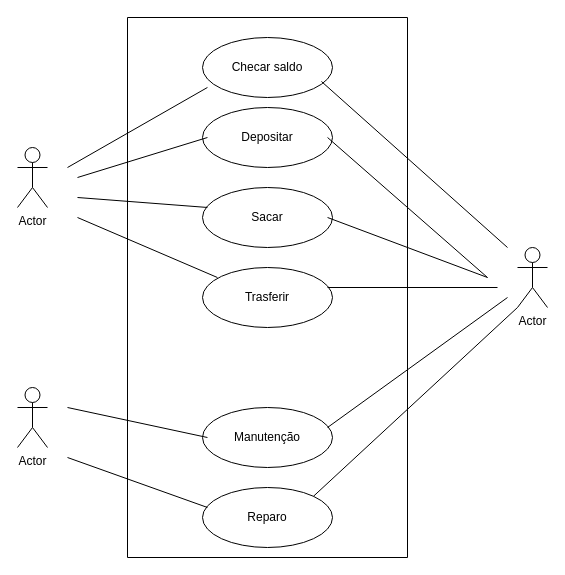
Earlier version of the draw.io diagram page "Página-2" (2 of 2) of Diagrama sem nome.drawio (Thyaguinho09/diagramaderequisitos). Source tidied: cells renumbered, new cells numbered last; positions are measured from the earlier drawing's top-left corner, leaving out a move shared by most shapes. Both pictures are drawn from the tidied source at 100%, with x=0, y=0 at pixel (17, 17).
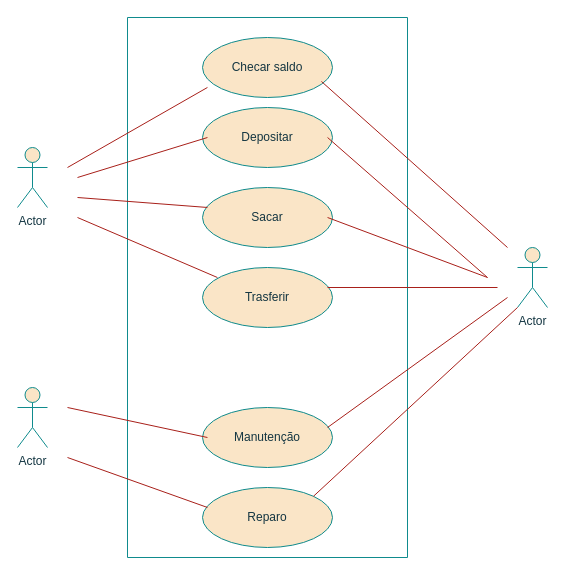
After the change.

Diff of the diagram source:
```diff
@@
-    <mxCell id="2" value="Actor" style="shape=umlActor;verticalLabelPosition=bottom;verticalAlign=top;html=1;" parent="1" vertex="1">
+    <mxCell id="2" value="Actor" style="shape=umlActor;verticalLabelPosition=bottom;verticalAlign=top;html=1;labelBackgroundColor=none;fillColor=#FAE5C7;strokeColor=#0F8B8D;fontColor=#143642;" parent="1" vertex="1">
       <mxGeometry y="370" width="30" height="60" as="geometry" />
     </mxCell>
-    <mxCell id="3" style="swimlane;startSize=0;" parent="1" vertex="1">
+    <mxCell id="3" style="swimlane;startSize=0;labelBackgroundColor=none;fillColor=#FAE5C7;strokeColor=#0F8B8D;fontColor=#143642;" parent="1" vertex="1">
       <mxGeometry x="110" width="280" height="540" as="geometry" />
     </mxCell>
-    <mxCell id="4" value="Checar saldo" style="ellipse;whiteSpace=wrap;html=1;" parent="3" vertex="1">
+    <mxCell id="4" value="Checar saldo" style="ellipse;whiteSpace=wrap;html=1;labelBackgroundColor=none;fillColor=#FAE5C7;strokeColor=#0F8B8D;fontColor=#143642;" parent="3" vertex="1">
       <mxGeometry x="75" y="20" width="130" height="60" as="geometry" />
     </mxCell>
-    <mxCell id="5" value="Depositar" style="ellipse;whiteSpace=wrap;html=1;" parent="3" vertex="1">
+    <mxCell id="5" value="Depositar" style="ellipse;whiteSpace=wrap;html=1;labelBackgroundColor=none;fillColor=#FAE5C7;strokeColor=#0F8B8D;fontColor=#143642;" parent="3" vertex="1">
       <mxGeometry x="75" y="90" width="130" height="60" as="geometry" />
     </mxCell>
-    <mxCell id="6" value="Sacar" style="ellipse;whiteSpace=wrap;html=1;" parent="3" vertex="1">
+    <mxCell id="6" value="Sacar" style="ellipse;whiteSpace=wrap;html=1;labelBackgroundColor=none;fillColor=#FAE5C7;strokeColor=#0F8B8D;fontColor=#143642;" parent="3" vertex="1">
       <mxGeometry x="75" y="170" width="130" height="60" as="geometry" />
     </mxCell>
-    <mxCell id="7" value="Trasferir" style="ellipse;whiteSpace=wrap;html=1;" parent="3" vertex="1">
+    <mxCell id="7" value="Trasferir" style="ellipse;whiteSpace=wrap;html=1;labelBackgroundColor=none;fillColor=#FAE5C7;strokeColor=#0F8B8D;fontColor=#143642;" parent="3" vertex="1">
       <mxGeometry x="75" y="250" width="130" height="60" as="geometry" />
     </mxCell>
-    <mxCell id="8" value="Manutenção" style="ellipse;whiteSpace=wrap;html=1;" parent="3" vertex="1">
+    <mxCell id="8" value="Manutenção" style="ellipse;whiteSpace=wrap;html=1;labelBackgroundColor=none;fillColor=#FAE5C7;strokeColor=#0F8B8D;fontColor=#143642;" parent="3" vertex="1">
       <mxGeometry x="75" y="390" width="130" height="60" as="geometry" />
     </mxCell>
-    <mxCell id="9" value="Reparo" style="ellipse;whiteSpace=wrap;html=1;" parent="3" vertex="1">
+    <mxCell id="9" value="Reparo" style="ellipse;whiteSpace=wrap;html=1;labelBackgroundColor=none;fillColor=#FAE5C7;strokeColor=#0F8B8D;fontColor=#143642;" parent="3" vertex="1">
       <mxGeometry x="75" y="470" width="130" height="60" as="geometry" />
     </mxCell>
-    <mxCell id="10" value="Actor" style="shape=umlActor;verticalLabelPosition=bottom;verticalAlign=top;html=1;" parent="1" vertex="1">
+    <mxCell id="10" value="Actor" style="shape=umlActor;verticalLabelPosition=bottom;verticalAlign=top;html=1;labelBackgroundColor=none;fillColor=#FAE5C7;strokeColor=#0F8B8D;fontColor=#143642;" parent="1" vertex="1">
       <mxGeometry x="500" y="230" width="30" height="60" as="geometry" />
     </mxCell>
-    <mxCell id="11" value="Actor" style="shape=umlActor;verticalLabelPosition=bottom;verticalAlign=top;html=1;" parent="1" vertex="1">
+    <mxCell id="11" value="Actor" style="shape=umlActor;verticalLabelPosition=bottom;verticalAlign=top;html=1;labelBackgroundColor=none;fillColor=#FAE5C7;strokeColor=#0F8B8D;fontColor=#143642;" parent="1" vertex="1">
       <mxGeometry y="130" width="30" height="60" as="geometry" />
     </mxCell>
-    <mxCell id="12" style="endArrow=none;html=1;rounded=0;entryX=0.038;entryY=0.833;entryDx=0;entryDy=0;entryPerimeter=0;" parent="1" edge="1" target="4">
+    <mxCell id="12" style="endArrow=none;html=1;rounded=0;entryX=0.038;entryY=0.833;entryDx=0;entryDy=0;entryPerimeter=0;labelBackgroundColor=none;strokeColor=#A8201A;fontColor=default;" parent="1" edge="1" target="4">
       <mxGeometry relative="1" as="geometry">
         <mxPoint x="50" y="150" as="sourcePoint" />
       </mxGeometry>
     </mxCell>
-    <mxCell id="13" style="endArrow=none;html=1;rounded=0;entryX=0.038;entryY=0.5;entryDx=0;entryDy=0;entryPerimeter=0;" parent="1" edge="1" target="5">
+    <mxCell id="13" style="endArrow=none;html=1;rounded=0;entryX=0.038;entryY=0.5;entryDx=0;entryDy=0;entryPerimeter=0;labelBackgroundColor=none;strokeColor=#A8201A;fontColor=default;" parent="1" edge="1" target="5">
       <mxGeometry relative="1" as="geometry">
         <mxPoint x="60" y="160" as="sourcePoint" />
       </mxGeometry>
     </mxCell>
-    <mxCell id="14" style="endArrow=none;html=1;rounded=0;entryX=0.038;entryY=0.333;entryDx=0;entryDy=0;entryPerimeter=0;" parent="1" edge="1" target="6">
+    <mxCell id="14" style="endArrow=none;html=1;rounded=0;entryX=0.038;entryY=0.333;entryDx=0;entryDy=0;entryPerimeter=0;labelBackgroundColor=none;strokeColor=#A8201A;fontColor=default;" parent="1" edge="1" target="6">
       <mxGeometry relative="1" as="geometry">
         <mxPoint x="60" y="180" as="sourcePoint" />
       </mxGeometry>
     </mxCell>
-    <mxCell id="15" style="endArrow=none;html=1;rounded=0;entryX=0.115;entryY=0.167;entryDx=0;entryDy=0;entryPerimeter=0;" parent="1" edge="1" target="7">
+    <mxCell id="15" style="endArrow=none;html=1;rounded=0;entryX=0.115;entryY=0.167;entryDx=0;entryDy=0;entryPerimeter=0;labelBackgroundColor=none;strokeColor=#A8201A;fontColor=default;" parent="1" edge="1" target="7">
       <mxGeometry relative="1" as="geometry">
         <mxPoint x="60" y="200" as="sourcePoint" />
       </mxGeometry>
     </mxCell>
-    <mxCell id="16" style="endArrow=none;html=1;rounded=0;exitX=0.915;exitY=0.733;exitDx=0;exitDy=0;exitPerimeter=0;" parent="1" edge="1" source="4">
+    <mxCell id="16" style="endArrow=none;html=1;rounded=0;exitX=0.915;exitY=0.733;exitDx=0;exitDy=0;exitPerimeter=0;labelBackgroundColor=none;strokeColor=#A8201A;fontColor=default;" parent="1" edge="1" source="4">
       <mxGeometry relative="1" as="geometry">
         <mxPoint x="490" y="230" as="targetPoint" />
       </mxGeometry>
     </mxCell>
-    <mxCell id="17" style="endArrow=none;html=1;rounded=0;exitX=0.962;exitY=0.5;exitDx=0;exitDy=0;exitPerimeter=0;" parent="1" edge="1" source="5">
+    <mxCell id="17" style="endArrow=none;html=1;rounded=0;exitX=0.962;exitY=0.5;exitDx=0;exitDy=0;exitPerimeter=0;labelBackgroundColor=none;strokeColor=#A8201A;fontColor=default;" parent="1" edge="1" source="5">
       <mxGeometry relative="1" as="geometry">
         <mxPoint x="470" y="260" as="targetPoint" />
       </mxGeometry>
     </mxCell>
-    <mxCell id="18" style="endArrow=none;html=1;rounded=0;exitX=0.962;exitY=0.5;exitDx=0;exitDy=0;exitPerimeter=0;" parent="1" edge="1" source="6">
+    <mxCell id="18" style="endArrow=none;html=1;rounded=0;exitX=0.962;exitY=0.5;exitDx=0;exitDy=0;exitPerimeter=0;labelBackgroundColor=none;strokeColor=#A8201A;fontColor=default;" parent="1" edge="1" source="6">
       <mxGeometry relative="1" as="geometry">
         <mxPoint x="470" y="260" as="targetPoint" />
       </mxGeometry>
     </mxCell>
-    <mxCell id="19" style="endArrow=none;html=1;rounded=0;" parent="1" edge="1">
+    <mxCell id="19" style="endArrow=none;html=1;rounded=0;labelBackgroundColor=none;strokeColor=#A8201A;fontColor=default;" parent="1" edge="1">
       <mxGeometry relative="1" as="geometry">
         <mxPoint x="310" y="270" as="sourcePoint" />
         <mxPoint x="480" y="270" as="targetPoint" />
       </mxGeometry>
     </mxCell>
-    <mxCell id="20" style="endArrow=none;html=1;rounded=0;exitX=0.962;exitY=0.333;exitDx=0;exitDy=0;exitPerimeter=0;" parent="1" edge="1" source="8">
+    <mxCell id="20" style="endArrow=none;html=1;rounded=0;exitX=0.962;exitY=0.333;exitDx=0;exitDy=0;exitPerimeter=0;labelBackgroundColor=none;strokeColor=#A8201A;fontColor=default;" parent="1" edge="1" source="8">
       <mxGeometry relative="1" as="geometry">
         <mxPoint x="490" y="280" as="targetPoint" />
       </mxGeometry>
     </mxCell>
-    <mxCell id="21" style="endArrow=none;html=1;rounded=0;exitX=1;exitY=0;exitDx=0;exitDy=0;" parent="1" edge="1" source="9">
+    <mxCell id="21" style="endArrow=none;html=1;rounded=0;exitX=1;exitY=0;exitDx=0;exitDy=0;labelBackgroundColor=none;strokeColor=#A8201A;fontColor=default;" parent="1" edge="1" source="9">
       <mxGeometry relative="1" as="geometry">
         <mxPoint x="500" y="290" as="targetPoint" />
       </mxGeometry>
     </mxCell>
-    <mxCell id="22" style="endArrow=none;html=1;rounded=0;entryX=0.038;entryY=0.5;entryDx=0;entryDy=0;entryPerimeter=0;" parent="1" edge="1" target="8">
+    <mxCell id="22" style="endArrow=none;html=1;rounded=0;entryX=0.038;entryY=0.5;entryDx=0;entryDy=0;entryPerimeter=0;labelBackgroundColor=none;strokeColor=#A8201A;fontColor=default;" parent="1" edge="1" target="8">
       <mxGeometry relative="1" as="geometry">
         <mxPoint x="50" y="390" as="sourcePoint" />
       </mxGeometry>
     </mxCell>
-    <mxCell id="23" style="endArrow=none;html=1;rounded=0;entryX=0.038;entryY=0.333;entryDx=0;entryDy=0;entryPerimeter=0;" parent="1" edge="1" target="9">
+    <mxCell id="23" style="endArrow=none;html=1;rounded=0;entryX=0.038;entryY=0.333;entryDx=0;entryDy=0;entryPerimeter=0;labelBackgroundColor=none;strokeColor=#A8201A;fontColor=default;" parent="1" edge="1" target="9">
       <mxGeometry relative="1" as="geometry">
         <mxPoint x="50" y="440" as="sourcePoint" />
       </mxGeometry>
     </mxCell>
```
